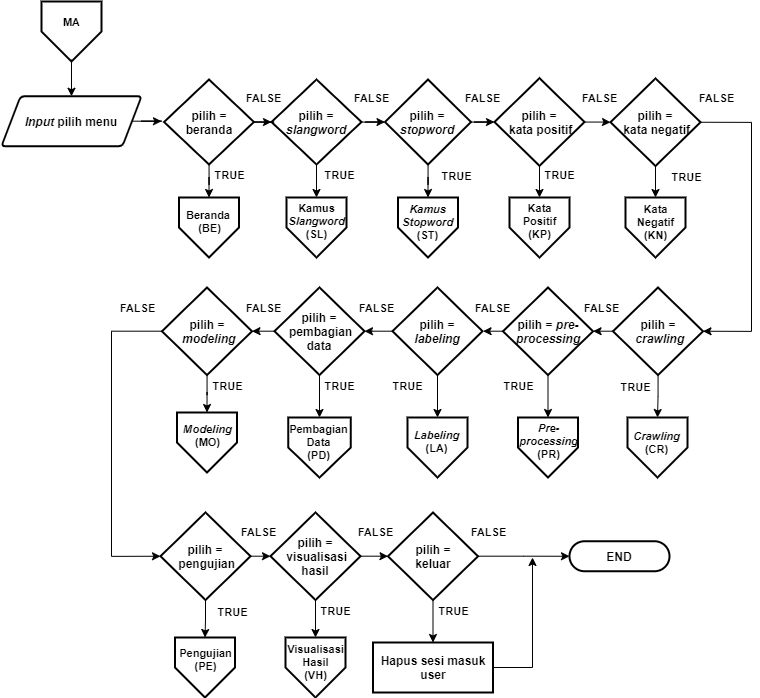
The draw.io diagram Dokumen TA/Paper/Flowchart/M2. Flowchart menu aplikasi.png in muspriandi/TextMining-SentimentAnalysis, before a commit. Source tidied: cells renumbered, new cells last; positions are measured from the earlier drawing's top-left corner, leaving out a move shared by most shapes.
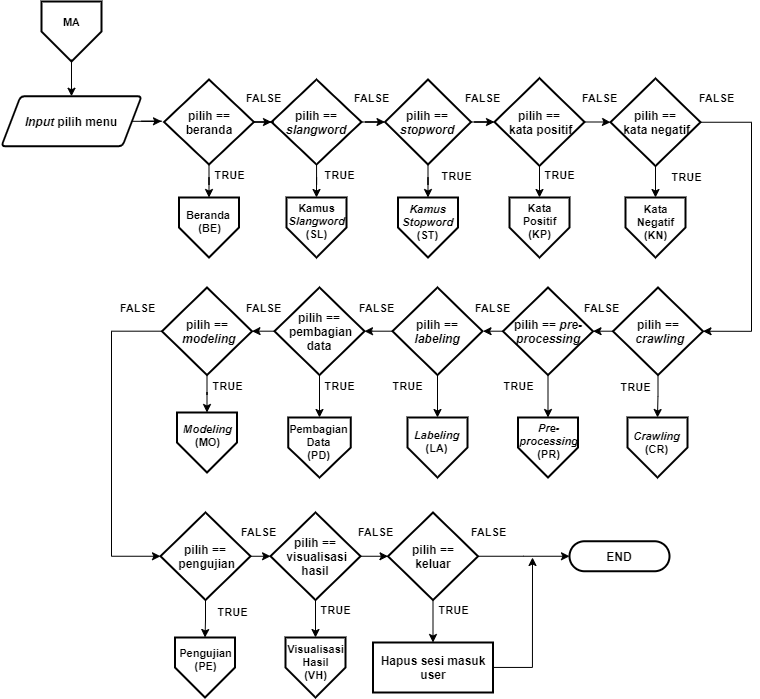
Later version of the same file.

Diff of the diagram source:
```diff
@@ -38,7 +38,7 @@
     <mxCell id="7" style="edgeStyle=orthogonalEdgeStyle;rounded=0;jettySize=auto;html=1;entryX=0.5;entryY=0;entryDx=0;entryDy=0;" parent="1" edge="1" source="8" target="44">
       <mxGeometry relative="1" as="geometry" />
     </mxCell>
-    <mxCell id="8" value="pilih =&lt;br&gt;&lt;i&gt;slangword&lt;/i&gt;" style="strokeWidth=2;html=1;shape=mxgraph.flowchart.decision;whiteSpace=wrap;fontStyle=1;" parent="1" vertex="1">
+    <mxCell id="8" value="pilih ==&lt;br&gt;&lt;i&gt;slangword&lt;/i&gt;" style="strokeWidth=2;html=1;shape=mxgraph.flowchart.decision;whiteSpace=wrap;fontStyle=1;" parent="1" vertex="1">
       <mxGeometry x="270" y="78" width="90" height="85" as="geometry" />
     </mxCell>
     <mxCell id="9" style="edgeStyle=orthogonalEdgeStyle;rounded=0;jettySize=auto;html=1;entryX=0;entryY=0.5;entryDx=0;entryDy=0;entryPerimeter=0;" parent="1" edge="1" source="11" target="14">
@@ -47,7 +47,7 @@
     <mxCell id="10" style="edgeStyle=orthogonalEdgeStyle;rounded=0;jettySize=auto;html=1;entryX=0.5;entryY=0;entryDx=0;entryDy=0;" parent="1" edge="1" source="11" target="45">
       <mxGeometry relative="1" as="geometry" />
     </mxCell>
-    <mxCell id="11" value="pilih = &lt;i&gt;stopword&lt;/i&gt;" style="strokeWidth=2;html=1;shape=mxgraph.flowchart.decision;whiteSpace=wrap;fontStyle=1;" parent="1" vertex="1">
+    <mxCell id="11" value="pilih == &lt;i&gt;stopword&lt;/i&gt;" style="strokeWidth=2;html=1;shape=mxgraph.flowchart.decision;whiteSpace=wrap;fontStyle=1;" parent="1" vertex="1">
       <mxGeometry x="383.5" y="78" width="86" height="85" as="geometry" />
     </mxCell>
     <mxCell id="12" style="edgeStyle=orthogonalEdgeStyle;rounded=0;jettySize=auto;html=1;entryX=0.5;entryY=0;entryDx=0;entryDy=0;" parent="1" edge="1" source="14" target="46">
@@ -56,7 +56,7 @@
     <mxCell id="13" style="edgeStyle=orthogonalEdgeStyle;rounded=0;jettySize=auto;html=1;entryX=0;entryY=0.5;entryDx=0;entryDy=0;entryPerimeter=0;" parent="1" edge="1" source="14" target="17">
       <mxGeometry relative="1" as="geometry" />
     </mxCell>
-    <mxCell id="14" value="pilih =&lt;br&gt;&amp;nbsp;kata positif" style="strokeWidth=2;html=1;shape=mxgraph.flowchart.decision;whiteSpace=wrap;fontStyle=1;" parent="1" vertex="1">
+    <mxCell id="14" value="pilih ==&lt;br&gt;&amp;nbsp;kata positif" style="strokeWidth=2;html=1;shape=mxgraph.flowchart.decision;whiteSpace=wrap;fontStyle=1;" parent="1" vertex="1">
       <mxGeometry x="493" y="76.8" width="90" height="87.5" as="geometry" />
     </mxCell>
     <mxCell id="15" style="edgeStyle=orthogonalEdgeStyle;rounded=0;jettySize=auto;html=1;entryX=0.5;entryY=0;entryDx=0;entryDy=0;" parent="1" edge="1" source="17" target="50">
@@ -70,7 +70,7 @@
         </Array>
       </mxGeometry>
     </mxCell>
-    <mxCell id="17" value="pilih =&lt;br&gt;&amp;nbsp;kata negatif" style="strokeWidth=2;html=1;shape=mxgraph.flowchart.decision;whiteSpace=wrap;fontStyle=1;" parent="1" vertex="1">
+    <mxCell id="17" value="pilih ==&lt;br&gt;&amp;nbsp;kata negatif" style="strokeWidth=2;html=1;shape=mxgraph.flowchart.decision;whiteSpace=wrap;fontStyle=1;" parent="1" vertex="1">
       <mxGeometry x="609" y="77" width="90" height="87.5" as="geometry" />
     </mxCell>
     <mxCell id="18" style="edgeStyle=orthogonalEdgeStyle;rounded=0;jettySize=auto;html=1;entryX=1;entryY=0.5;entryDx=0;entryDy=0;entryPerimeter=0;" parent="1" edge="1" source="20" target="23">
@@ -79,7 +79,7 @@
     <mxCell id="19" style="edgeStyle=orthogonalEdgeStyle;rounded=0;jettySize=auto;html=1;entryX=0.5;entryY=0;entryDx=0;entryDy=0;" parent="1" edge="1" source="20" target="49">
       <mxGeometry relative="1" as="geometry" />
     </mxCell>
-    <mxCell id="20" value="pilih =&lt;br&gt;&amp;nbsp;&lt;i&gt;crawling&lt;/i&gt;" style="strokeWidth=2;html=1;shape=mxgraph.flowchart.decision;whiteSpace=wrap;fontStyle=1;" parent="1" vertex="1">
+    <mxCell id="20" value="pilih ==&lt;br&gt;&amp;nbsp;&lt;i&gt;crawling&lt;/i&gt;" style="strokeWidth=2;html=1;shape=mxgraph.flowchart.decision;whiteSpace=wrap;fontStyle=1;" parent="1" vertex="1">
       <mxGeometry x="611.5" y="286" width="90" height="87.5" as="geometry" />
     </mxCell>
     <mxCell id="21" style="edgeStyle=orthogonalEdgeStyle;rounded=0;jettySize=auto;html=1;entryX=1;entryY=0.5;entryDx=0;entryDy=0;entryPerimeter=0;" parent="1" edge="1" source="23" target="26">
@@ -88,7 +88,7 @@
     <mxCell id="22" style="edgeStyle=orthogonalEdgeStyle;rounded=0;jettySize=auto;html=1;entryX=0.5;entryY=0;entryDx=0;entryDy=0;" parent="1" edge="1" source="23" target="48">
       <mxGeometry relative="1" as="geometry" />
     </mxCell>
-    <mxCell id="23" value="pilih =&amp;nbsp;&lt;i&gt;pre-processing&lt;/i&gt;" style="strokeWidth=2;html=1;shape=mxgraph.flowchart.decision;whiteSpace=wrap;fontStyle=1;" parent="1" vertex="1">
+    <mxCell id="23" value="pilih ==&amp;nbsp;&lt;i&gt;pre-processing&lt;/i&gt;" style="strokeWidth=2;html=1;shape=mxgraph.flowchart.decision;whiteSpace=wrap;fontStyle=1;" parent="1" vertex="1">
       <mxGeometry x="501.5" y="286" width="90" height="87.5" as="geometry" />
     </mxCell>
     <mxCell id="24" style="edgeStyle=orthogonalEdgeStyle;rounded=0;jettySize=auto;html=1;entryX=0.5;entryY=0;entryDx=0;entryDy=0;" parent="1" edge="1" source="26" target="47">
@@ -97,7 +97,7 @@
     <mxCell id="25" style="edgeStyle=orthogonalEdgeStyle;rounded=0;jettySize=auto;html=1;entryX=1;entryY=0.5;entryDx=0;entryDy=0;entryPerimeter=0;" parent="1" edge="1" source="26" target="29">
       <mxGeometry relative="1" as="geometry" />
     </mxCell>
-    <mxCell id="26" value="pilih =&lt;br&gt;&lt;i&gt;labeling&lt;/i&gt;" style="strokeWidth=2;html=1;shape=mxgraph.flowchart.decision;whiteSpace=wrap;fontStyle=1;" parent="1" vertex="1">
+    <mxCell id="26" value="pilih ==&lt;br&gt;&lt;i&gt;labeling&lt;/i&gt;" style="strokeWidth=2;html=1;shape=mxgraph.flowchart.decision;whiteSpace=wrap;fontStyle=1;" parent="1" vertex="1">
       <mxGeometry x="391" y="286" width="90" height="87.5" as="geometry" />
     </mxCell>
     <mxCell id="27" style="edgeStyle=orthogonalEdgeStyle;rounded=0;jettySize=auto;html=1;entryX=0.5;entryY=0;entryDx=0;entryDy=0;" parent="1" edge="1" source="29" target="51">
@@ -106,7 +106,7 @@
     <mxCell id="28" style="edgeStyle=orthogonalEdgeStyle;rounded=0;jettySize=auto;html=1;entryX=1;entryY=0.5;entryDx=0;entryDy=0;entryPerimeter=0;" parent="1" edge="1" source="29" target="32">
       <mxGeometry relative="1" as="geometry" />
     </mxCell>
-    <mxCell id="29" value="pilih =&lt;br&gt;&amp;nbsp;pembagian data" style="strokeWidth=2;html=1;shape=mxgraph.flowchart.decision;whiteSpace=wrap;fontStyle=1;" parent="1" vertex="1">
+    <mxCell id="29" value="pilih ==&lt;br&gt;&amp;nbsp;pembagian data" style="strokeWidth=2;html=1;shape=mxgraph.flowchart.decision;whiteSpace=wrap;fontStyle=1;" parent="1" vertex="1">
       <mxGeometry x="273" y="286" width="90" height="87.5" as="geometry" />
     </mxCell>
     <mxCell id="30" style="edgeStyle=orthogonalEdgeStyle;rounded=0;jettySize=auto;html=1;entryX=0.5;entryY=0;entryDx=0;entryDy=0;" parent="1" edge="1" source="32" target="52">
@@ -120,7 +120,7 @@
         </Array>
       </mxGeometry>
     </mxCell>
-    <mxCell id="32" value="pilih =&lt;br&gt;&amp;nbsp;&lt;i&gt;modeling&lt;/i&gt;" style="strokeWidth=2;html=1;shape=mxgraph.flowchart.decision;whiteSpace=wrap;fontStyle=1;" parent="1" vertex="1">
+    <mxCell id="32" value="pilih ==&lt;br&gt;&amp;nbsp;&lt;i&gt;modeling&lt;/i&gt;" style="strokeWidth=2;html=1;shape=mxgraph.flowchart.decision;whiteSpace=wrap;fontStyle=1;" parent="1" vertex="1">
       <mxGeometry x="160.5" y="286" width="90" height="87.5" as="geometry" />
     </mxCell>
     <mxCell id="33" style="edgeStyle=orthogonalEdgeStyle;rounded=0;jettySize=auto;html=1;entryX=0;entryY=0.5;entryDx=0;entryDy=0;entryPerimeter=0;" parent="1" edge="1" source="35" target="38">
@@ -129,7 +129,7 @@
     <mxCell id="34" style="edgeStyle=orthogonalEdgeStyle;rounded=0;jettySize=auto;html=1;entryX=0.5;entryY=0;entryDx=0;entryDy=0;" parent="1" edge="1" source="35" target="53">
       <mxGeometry relative="1" as="geometry" />
     </mxCell>
-    <mxCell id="35" value="pilih =&lt;br&gt;&amp;nbsp;pengujian" style="strokeWidth=2;html=1;shape=mxgraph.flowchart.decision;whiteSpace=wrap;fontStyle=1;" parent="1" vertex="1">
+    <mxCell id="35" value="pilih ==&lt;br&gt;&amp;nbsp;pengujian" style="strokeWidth=2;html=1;shape=mxgraph.flowchart.decision;whiteSpace=wrap;fontStyle=1;" parent="1" vertex="1">
       <mxGeometry x="159" y="511" width="90" height="87.5" as="geometry" />
     </mxCell>
     <mxCell id="36" style="edgeStyle=orthogonalEdgeStyle;rounded=0;jettySize=auto;html=1;entryX=0;entryY=0.5;entryDx=0;entryDy=0;entryPerimeter=0;" parent="1" edge="1" source="38" target="95">
@@ -138,7 +138,7 @@
     <mxCell id="37" style="edgeStyle=orthogonalEdgeStyle;rounded=0;jettySize=auto;html=1;entryX=0.5;entryY=0;entryDx=0;entryDy=0;" parent="1" edge="1" source="38" target="54">
       <mxGeometry relative="1" as="geometry" />
     </mxCell>
-    <mxCell id="38" value="pilih =&lt;br&gt;&amp;nbsp;visualisasi hasil" style="strokeWidth=2;html=1;shape=mxgraph.flowchart.decision;whiteSpace=wrap;fontStyle=1;" parent="1" vertex="1">
+    <mxCell id="38" value="pilih ==&lt;br&gt;&amp;nbsp;visualisasi hasil" style="strokeWidth=2;html=1;shape=mxgraph.flowchart.decision;whiteSpace=wrap;fontStyle=1;" parent="1" vertex="1">
       <mxGeometry x="269" y="511" width="90" height="87.5" as="geometry" />
     </mxCell>
     <mxCell id="39" style="edgeStyle=orthogonalEdgeStyle;rounded=0;jettySize=auto;html=1;entryX=0;entryY=0.5;entryDx=0;entryDy=0;entryPerimeter=0;" parent="1" edge="1" source="41" target="8">
@@ -147,7 +147,7 @@
     <mxCell id="40" style="edgeStyle=orthogonalEdgeStyle;rounded=0;jettySize=auto;html=1;entryX=0.5;entryY=0;entryDx=0;entryDy=0;" parent="1" edge="1" source="41" target="43">
       <mxGeometry relative="1" as="geometry" />
     </mxCell>
-    <mxCell id="41" value="pilih =&lt;br&gt;beranda" style="strokeWidth=2;html=1;shape=mxgraph.flowchart.decision;whiteSpace=wrap;fontStyle=1;" parent="1" vertex="1">
+    <mxCell id="41" value="pilih ==&lt;br&gt;beranda" style="strokeWidth=2;html=1;shape=mxgraph.flowchart.decision;whiteSpace=wrap;fontStyle=1;" parent="1" vertex="1">
       <mxGeometry x="162.5" y="78" width="90" height="85" as="geometry" />
     </mxCell>
     <mxCell id="42" value="&lt;span&gt;END&lt;/span&gt;" style="rounded=1;whiteSpace=wrap;html=1;absoluteArcSize=1;arcSize=64;strokeWidth=2;fontStyle=1;" parent="1" vertex="1">
@@ -309,7 +309,7 @@
     <mxCell id="94" style="edgeStyle=orthogonalEdgeStyle;rounded=0;jettySize=auto;html=1;entryX=0.5;entryY=0;entryDx=0;entryDy=0;" parent="1" edge="1" source="95" target="99">
       <mxGeometry relative="1" as="geometry" />
     </mxCell>
-    <mxCell id="95" value="pilih =&lt;br&gt;keluar" style="strokeWidth=2;html=1;shape=mxgraph.flowchart.decision;whiteSpace=wrap;fontStyle=1;" parent="1" vertex="1">
+    <mxCell id="95" value="pilih ==&lt;br&gt;keluar" style="strokeWidth=2;html=1;shape=mxgraph.flowchart.decision;whiteSpace=wrap;fontStyle=1;" parent="1" vertex="1">
       <mxGeometry x="386.5" y="511" width="90" height="87.5" as="geometry" />
     </mxCell>
     <mxCell id="96" value="&lt;b&gt;&lt;font style=&quot;font-size: 11px&quot;&gt;TRUE&lt;/font&gt;&lt;/b&gt;" style="text;html=1;align=center;verticalAlign=middle;" parent="1" vertex="1">
```
